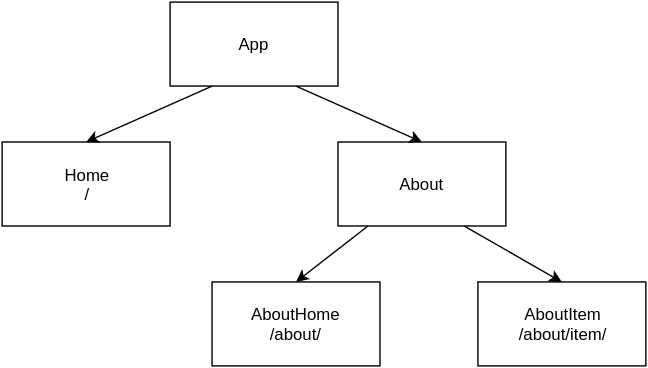
Earlier version of the draw.io export assets/images/posts/2016-04-02-introduction-to-angular-2-routing/angular-2-router-tree.svg (hs950559/coryrylan.com). Source tidied: cells renumbered, new cells last; positions are measured from the earlier drawing's top-left corner, leaving out a move shared by most shapes.
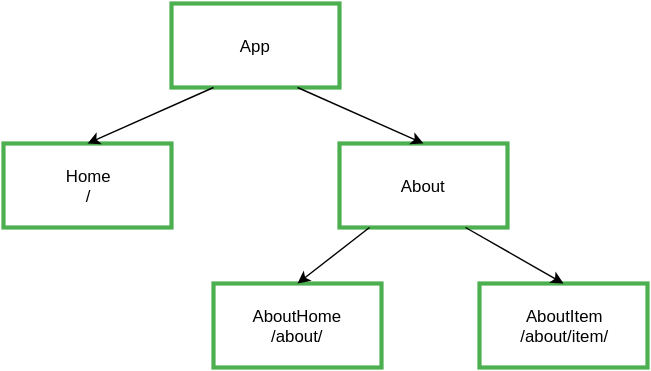
The same file after the commit.

Change to the diagram source:
```diff
@@ -2,19 +2,19 @@
   <root>
     <mxCell id="0" />
     <mxCell id="1" parent="0" />
-    <mxCell id="2" value="App" style="whiteSpace=wrap;html=1;" parent="1" vertex="1">
+    <mxCell id="2" value="App" style="whiteSpace=wrap;html=1;strokeColor=#4CAF50;strokeWidth=3;" parent="1" vertex="1">
       <mxGeometry x="120" width="120" height="60" as="geometry" />
     </mxCell>
-    <mxCell id="3" value="Home&lt;div&gt;/&lt;/div&gt;" style="whiteSpace=wrap;html=1;" parent="1" vertex="1">
+    <mxCell id="3" value="Home&lt;div&gt;/&lt;/div&gt;" style="whiteSpace=wrap;html=1;strokeColor=#4CAF50;strokeWidth=3;" parent="1" vertex="1">
       <mxGeometry y="100" width="120" height="60" as="geometry" />
     </mxCell>
-    <mxCell id="4" value="About" style="whiteSpace=wrap;html=1;" parent="1" vertex="1">
+    <mxCell id="4" value="About" style="whiteSpace=wrap;html=1;strokeColor=#4CAF50;strokeWidth=3;" parent="1" vertex="1">
       <mxGeometry x="240" y="100" width="120" height="60" as="geometry" />
     </mxCell>
-    <mxCell id="5" value="&lt;div&gt;AboutHome&lt;/div&gt;/about/" style="whiteSpace=wrap;html=1;" parent="1" vertex="1">
+    <mxCell id="5" value="&lt;div&gt;AboutHome&lt;/div&gt;/about/" style="whiteSpace=wrap;html=1;strokeColor=#4CAF50;strokeWidth=3;" parent="1" vertex="1">
       <mxGeometry x="150" y="200" width="120" height="60" as="geometry" />
     </mxCell>
-    <mxCell id="6" value="&lt;div&gt;AboutItem&lt;/div&gt;/about/item/" style="whiteSpace=wrap;html=1;" parent="1" vertex="1">
+    <mxCell id="6" value="&lt;div&gt;AboutItem&lt;/div&gt;/about/item/" style="whiteSpace=wrap;html=1;strokeColor=#4CAF50;strokeWidth=3;" parent="1" vertex="1">
       <mxGeometry x="340" y="200" width="120" height="60" as="geometry" />
     </mxCell>
     <mxCell id="7" style="endArrow=classic;html=1;exitX=0.25;exitY=1;entryX=0.5;entryY=0;" parent="1" edge="1" source="2" target="3">
```
